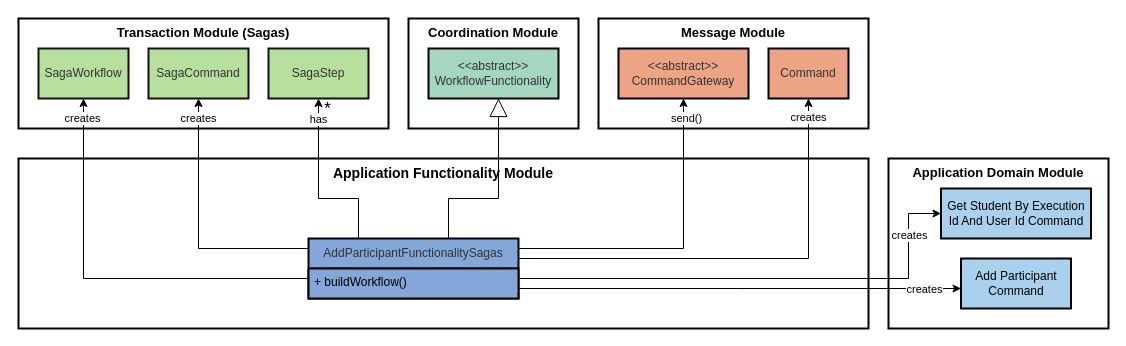
Earlier version of the draw.io diagram data/figs/architecture/layers/layers_app_functionalities_v2.drawio (socialsoftware/microservices-simulator). Source tidied: cells renumbered, new cells numbered last; positions are measured from the earlier drawing's top-left corner, leaving out a move shared by most shapes. Both pictures are drawn from the tidied source at 100%, with x=0, y=0 at pixel (18, 18).
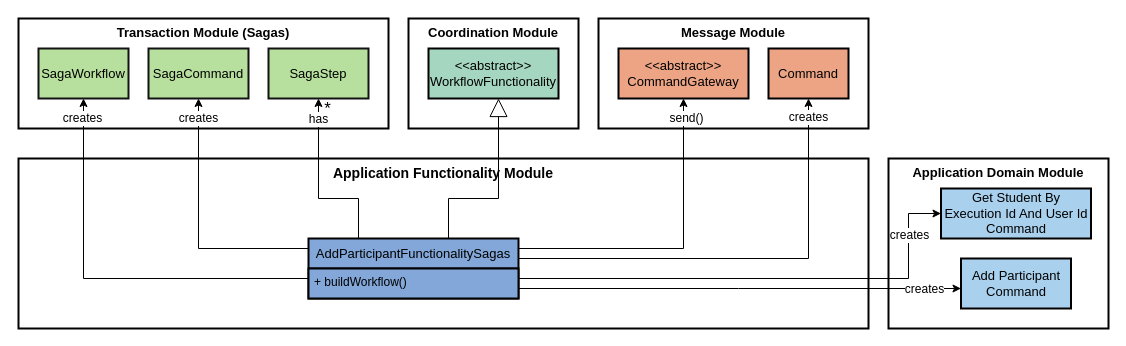
Above is the later version.

Unchanged cells that the change refers to:
```xml
<mxCell id="7" style="edgeStyle=orthogonalEdgeStyle;rounded=0;jettySize=auto;html=1;jumpStyle=arc;" parent="1" edge="1" source="29" target="23">
  <mxGeometry relative="1" as="geometry">
    <Array as="points">
      <mxPoint x="65" y="260" />
    </Array>
  </mxGeometry>
</mxCell>
<mxCell id="10" style="edgeStyle=orthogonalEdgeStyle;rounded=0;jettySize=auto;html=1;jumpStyle=arc;" parent="1" edge="1" source="29" target="22">
  <mxGeometry relative="1" as="geometry">
    <Array as="points">
      <mxPoint x="180" y="230" />
    </Array>
  </mxGeometry>
</mxCell>
<mxCell id="12" style="edgeStyle=orthogonalEdgeStyle;rounded=0;jettySize=auto;html=1;jumpStyle=arc;" parent="1" edge="1" source="29" target="20">
  <mxGeometry relative="1" as="geometry">
    <Array as="points">
      <mxPoint x="790" y="240" />
    </Array>
  </mxGeometry>
</mxCell>
<mxCell id="14" style="edgeStyle=orthogonalEdgeStyle;rounded=0;jettySize=auto;html=1;jumpStyle=arc;" parent="1" edge="1" source="29" target="19">
  <mxGeometry relative="1" as="geometry">
    <Array as="points">
      <mxPoint x="665" y="230" />
    </Array>
  </mxGeometry>
</mxCell>
<mxCell id="16" style="edgeStyle=orthogonalEdgeStyle;rounded=0;jettySize=auto;html=1;" parent="1" edge="1" source="29" target="24">
  <mxGeometry relative="1" as="geometry">
    <Array as="points">
      <mxPoint x="340" y="180" />
      <mxPoint x="300" y="180" />
    </Array>
  </mxGeometry>
</mxCell>
<mxCell id="25" style="edgeStyle=orthogonalEdgeStyle;rounded=0;jettySize=auto;html=1;" parent="1" edge="1" source="29" target="31">
  <mxGeometry relative="1" as="geometry">
    <Array as="points">
      <mxPoint x="890" y="260" />
      <mxPoint x="890" y="195" />
    </Array>
  </mxGeometry>
</mxCell>
<mxCell id="27" style="edgeStyle=orthogonalEdgeStyle;rounded=0;jettySize=auto;html=1;" parent="1" edge="1" source="29" target="32">
  <mxGeometry relative="1" as="geometry">
    <Array as="points">
      <mxPoint x="720" y="270" />
      <mxPoint x="720" y="270" />
    </Array>
  </mxGeometry>
</mxCell>
```

The edit, as a diff of the source:
```diff
@@
-    <mxCell id="8" value="creates" style="edgeLabel;html=1;align=center;verticalAlign=middle;" parent="7" vertex="1">
+    <mxCell id="8" value="creates" style="edgeLabel;html=1;align=center;verticalAlign=middle;fontSize=12;" parent="7" vertex="1">
       <mxGeometry x="-0.1" relative="1" as="geometry">
         <mxPoint x="-45" y="-161" as="offset" />
       </mxGeometry>
     </mxCell>
@@
-    <mxCell id="11" value="creates" style="edgeLabel;html=1;align=center;verticalAlign=middle;" parent="10" vertex="1">
+    <mxCell id="11" value="creates" style="edgeLabel;html=1;align=center;verticalAlign=middle;fontSize=12;" parent="10" vertex="1">
       <mxGeometry x="-0.15" relative="1" as="geometry">
         <mxPoint x="-1" y="-130" as="offset" />
       </mxGeometry>
     </mxCell>
@@
-    <mxCell id="13" value="creates" style="edgeLabel;html=1;align=center;verticalAlign=middle;" parent="12" vertex="1">
+    <mxCell id="13" value="creates" style="edgeLabel;html=1;align=center;verticalAlign=middle;fontSize=12;" parent="12" vertex="1">
       <mxGeometry x="0.95" y="5" relative="1" as="geometry">
         <mxPoint x="4" y="7" as="offset" />
       </mxGeometry>
     </mxCell>
@@
-    <mxCell id="15" value="send()" style="edgeLabel;html=1;align=center;verticalAlign=middle;" parent="14" vertex="1">
+    <mxCell id="15" value="send()" style="edgeLabel;html=1;align=center;verticalAlign=middle;fontSize=12;" parent="14" vertex="1">
       <mxGeometry x="-0.88" y="-1" relative="1" as="geometry">
         <mxPoint x="148" y="-132" as="offset" />
       </mxGeometry>
     </mxCell>
@@
-    <mxCell id="17" value="has" style="edgeLabel;html=1;align=center;verticalAlign=middle;" parent="16" vertex="1">
+    <mxCell id="17" value="has" style="edgeLabel;html=1;align=center;verticalAlign=middle;fontSize=12;" parent="16" vertex="1">
       <mxGeometry x="0.86" y="-1" relative="1" as="geometry">
         <mxPoint x="-2" y="7" as="offset" />
       </mxGeometry>
     </mxCell>
@@
-    <mxCell id="19" value="&lt;&lt;abstract&gt;&gt;&#10;CommandGateway" style="whiteSpace=wrap;strokeWidth=2;fillColor=light-dark(#ECA485,#1F2020);strokeColor=default;fontColor=light-dark(#333333,#cccccc);" parent="1" vertex="1">
+    <mxCell id="19" value="&lt;&lt;abstract&gt;&gt;&#10;CommandGateway" style="whiteSpace=wrap;strokeWidth=2;fillColor=light-dark(#ECA485,#1F2020);strokeColor=default;fontColor=default;fontSize=13;" parent="1" vertex="1">
       <mxGeometry x="600" y="30" width="130" height="50" as="geometry" />
     </mxCell>
-    <mxCell id="20" value="Command" style="whiteSpace=wrap;strokeWidth=2;fillColor=light-dark(#ECA485,#1F2020);strokeColor=default;fontColor=light-dark(#333333,#cccccc);" parent="1" vertex="1">
+    <mxCell id="20" value="Command" style="whiteSpace=wrap;strokeWidth=2;fillColor=light-dark(#ECA485,#1F2020);strokeColor=default;fontColor=default;fontSize=13;" parent="1" vertex="1">
       <mxGeometry x="750" y="30" width="80" height="50" as="geometry" />
     </mxCell>
-    <mxCell id="21" value="&lt;&lt;abstract&gt;&gt;&#10;WorkflowFunctionality" style="whiteSpace=wrap;strokeWidth=2;fillColor=light-dark(#A5D6BF,#1F2020);strokeColor=light-dark(#000000,#CCCCCC);fontColor=light-dark(#333333,#cccccc);" parent="1" vertex="1">
+    <mxCell id="21" value="&lt;&lt;abstract&gt;&gt;&#10;WorkflowFunctionality" style="whiteSpace=wrap;strokeWidth=2;fillColor=light-dark(#A5D6BF,#1F2020);strokeColor=light-dark(#000000,#CCCCCC);fontColor=default;fontSize=13;" parent="1" vertex="1">
       <mxGeometry x="410" y="30" width="130" height="50" as="geometry" />
     </mxCell>
-    <mxCell id="22" value="SagaCommand" style="whiteSpace=wrap;strokeWidth=2;fillColor=light-dark(#B7DF9E,#1F2020);strokeColor=light-dark(#131313,#CCCCCC);fontColor=light-dark(#333333,#cccccc);" parent="1" vertex="1">
+    <mxCell id="22" value="SagaCommand" style="whiteSpace=wrap;strokeWidth=2;fillColor=light-dark(#B7DF9E,#1F2020);strokeColor=light-dark(#131313,#CCCCCC);fontColor=default;fontSize=13;" parent="1" vertex="1">
       <mxGeometry x="130" y="30" width="100" height="50" as="geometry" />
     </mxCell>
-    <mxCell id="23" value="SagaWorkflow" style="whiteSpace=wrap;strokeWidth=2;fillColor=light-dark(#B7DF9E,#1F2020);strokeColor=light-dark(#131313,#CCCCCC);fontColor=light-dark(#333333,#cccccc);" parent="1" vertex="1">
+    <mxCell id="23" value="SagaWorkflow" style="whiteSpace=wrap;strokeWidth=2;fillColor=light-dark(#B7DF9E,#1F2020);strokeColor=light-dark(#131313,#CCCCCC);fontColor=default;fontSize=13;" parent="1" vertex="1">
       <mxGeometry x="20" y="30" width="90" height="50" as="geometry" />
     </mxCell>
-    <mxCell id="24" value="SagaStep" style="whiteSpace=wrap;strokeWidth=2;fillColor=light-dark(#B7DF9E,#1F2020);strokeColor=light-dark(#131313,#CCCCCC);fontColor=light-dark(#333333,#cccccc);" parent="1" vertex="1">
+    <mxCell id="24" value="SagaStep" style="whiteSpace=wrap;strokeWidth=2;fillColor=light-dark(#B7DF9E,#1F2020);strokeColor=light-dark(#131313,#CCCCCC);fontColor=default;fontSize=13;" parent="1" vertex="1">
       <mxGeometry x="250" y="30" width="100" height="50" as="geometry" />
     </mxCell>
@@
-    <mxCell id="26" value="creates" style="edgeLabel;html=1;align=center;verticalAlign=middle;" parent="25" vertex="1">
+    <mxCell id="26" value="creates" style="edgeLabel;html=1;align=center;verticalAlign=middle;fontSize=12;" parent="25" vertex="1">
       <mxGeometry x="0.78" relative="1" as="geometry" />
     </mxCell>
@@
-    <mxCell id="28" value="creates" style="edgeLabel;html=1;align=center;verticalAlign=middle;" parent="27" vertex="1">
+    <mxCell id="28" value="creates" style="edgeLabel;html=1;align=center;verticalAlign=middle;fontSize=12;" parent="27" vertex="1">
       <mxGeometry x="0.83" relative="1" as="geometry" />
     </mxCell>
-    <mxCell id="29" value="&lt;span style=&quot;color: rgb(51, 51, 51);&quot;&gt;AddParticipantFunctionalitySagas&lt;/span&gt;" style="swimlane;fontStyle=0;horizontal=1;startSize=30;whiteSpace=wrap;html=1;strokeWidth=2;fillColor=#82A7D8;strokeColor=default;" parent="1" vertex="1">
+    <mxCell id="29" value="&lt;span&gt;AddParticipantFunctionalitySagas&lt;/span&gt;" style="swimlane;fontStyle=0;horizontal=1;startSize=30;whiteSpace=wrap;html=1;strokeWidth=2;fillColor=#82A7D8;strokeColor=default;fontColor=default;fontSize=13;" parent="1" vertex="1">
       <mxGeometry x="290" y="220" width="210" height="60" as="geometry" />
     </mxCell>
@@
-    <mxCell id="31" value="Get Student By Execution Id And User Id Command" style="whiteSpace=wrap;strokeWidth=2;fillColor=#A9D1EE;strokeColor=#000000;labelBackgroundColor=none;fontColor=default;textShadow=0;labelBorderColor=none;" parent="1" vertex="1">
+    <mxCell id="31" value="Get Student By Execution Id And User Id Command" style="whiteSpace=wrap;strokeWidth=2;fillColor=#A9D1EE;strokeColor=#000000;labelBackgroundColor=none;fontColor=default;textShadow=0;labelBorderColor=none;fontSize=13;" parent="1" vertex="1">
       <mxGeometry x="922.5" y="170" width="150" height="50" as="geometry" />
     </mxCell>
-    <mxCell id="32" value="Add Participant Command" style="whiteSpace=wrap;strokeWidth=2;fillColor=#A9D1EE;strokeColor=#000000;labelBackgroundColor=none;fontColor=default;textShadow=0;labelBorderColor=none;" parent="1" vertex="1">
+    <mxCell id="32" value="Add Participant Command" style="whiteSpace=wrap;strokeWidth=2;fillColor=#A9D1EE;strokeColor=#000000;labelBackgroundColor=none;fontColor=default;textShadow=0;labelBorderColor=none;fontSize=13;" parent="1" vertex="1">
       <mxGeometry x="942.5" y="240" width="110" height="50" as="geometry" />
     </mxCell>
```
